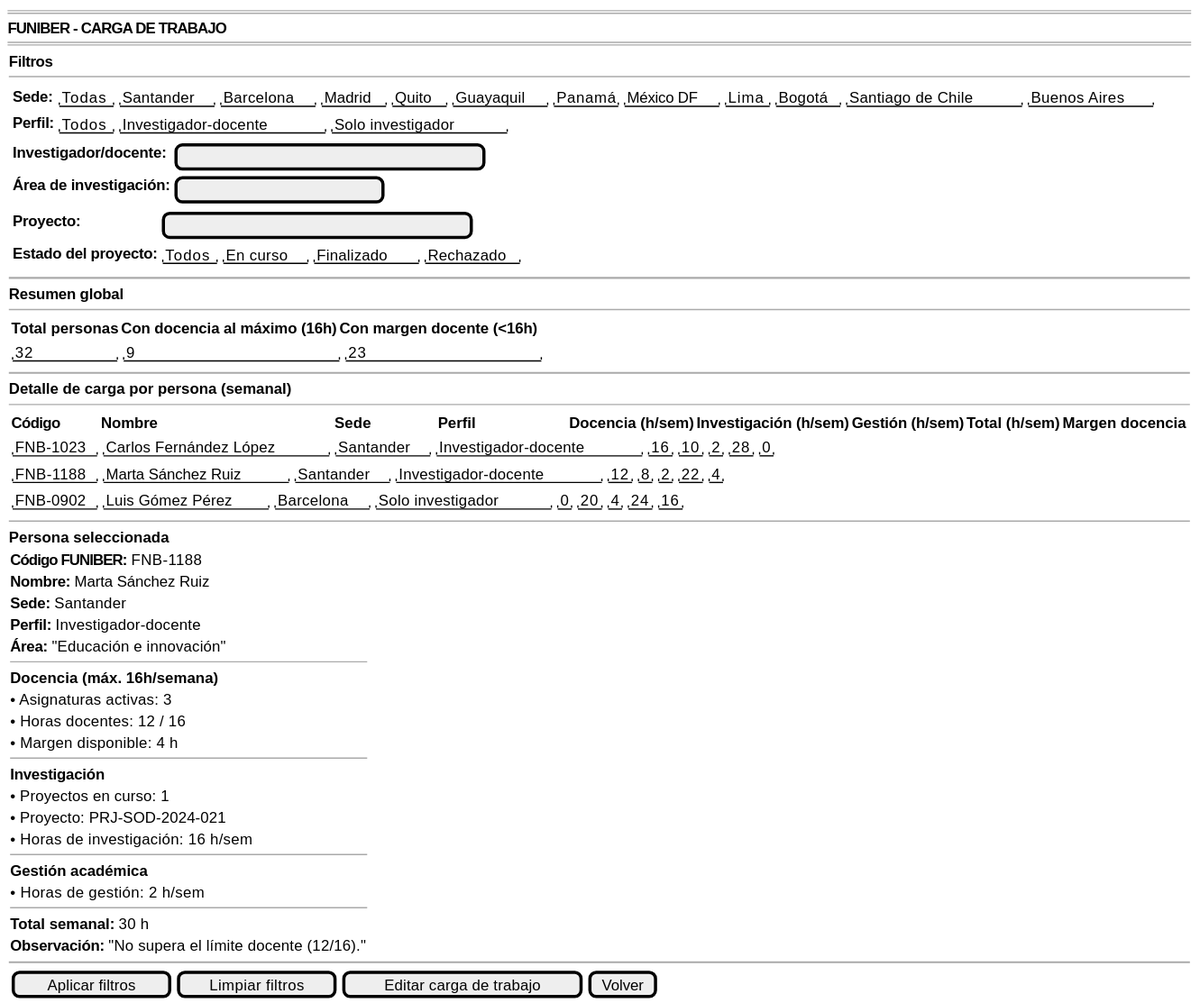
This is documents/casosDeUso/detalle/coordinador/06-carga-trabajo/abrirOpcionesCargaTrabajo/prototipo/abrirOpcionesCargaTrabajo-wireframe.svg from 31Diego/25-26-IdSw1-SdR, a PlantUML export, as it was before one commit. Source of this version:
```plantuml
@startsalt abrirOpcionesCargaTrabajo-wireframe
{
    ====
    <b>FUNIBER - CARGA DE TRABAJO</b>
    ====

    {
        <b>Filtros</b>
        --
        {
            {
            {<b>Sede:</b> | { "Todas" | "Santander" | "Barcelona" | "Madrid" | "Quito" | "Guayaquil" | "Panamá" | "México DF" | "Lima" | "Bogotá" | "Santiago de Chile" | "Buenos Aires"  }
            <b>Perfil:</b> | { "Todos" | "Investigador-docente" | "Solo investigador" }}

            {<b>Investigador/docente:</b> | [                              ]
            <b>Área de investigación:</b> | [                    ]}

            {<b>Proyecto:</b> | [                              ]
            <b>Estado del proyecto:</b> | { "Todos" | "En curso" | "Finalizado" | "Rechazado" }}
            }
        }

        ~~

        <b>Resumen global</b>
        --
        {
            {<b>Total personas</b> | <b>Con docencia al máximo (16h)</b> | <b>Con margen docente (<16h)</b>}
            {"32        " | "9                    " | "23                 "}
        }

        ~~

        <b>Detalle de carga por persona (semanal)</b>
        --
        {
            {<b>Código          </b> | <b>Nombre                                              </b> | <b>Sede                 </b> | <b>Perfil                        </b> | <b>Docencia (h/sem)</b> | <b>Investigación (h/sem)</b> | <b>Gestión (h/sem)</b> | <b>Total (h/sem)</b> | <b>Margen docencia</b>}
            {"FNB-1023" | "Carlos Fernández López" | "Santander" | "Investigador-docente" | "16" | "10" | "2" | "28" | "0"}
            {"FNB-1188" | "Marta Sánchez Ruiz"     | "Santander" | "Investigador-docente" | "12" | "8"  | "2" | "22" | "4"}
            {"FNB-0902" | "Luis Gómez Pérez"       | "Barcelona" | "Solo investigador"     | "0"  | "20" | "4" | "24" | "16"}
        }

        --

        <b>Persona seleccionada</b>
        {
            <b>Código FUNIBER:</b> FNB-1188
            <b>Nombre:</b> Marta Sánchez Ruiz
            <b>Sede:</b> Santander
            <b>Perfil:</b> Investigador-docente
            <b>Área:</b> "Educación e innovación"

            --
            <b>Docencia (máx. 16h/semana)</b>
            • Asignaturas activas: 3
            • Horas docentes: 12 / 16
            • Margen disponible: 4 h

            --
            <b>Investigación</b>
            • Proyectos en curso: 1
            • Proyecto: PRJ-SOD-2024-021
            • Horas de investigación: 16 h/sem

            --
            <b>Gestión académica</b>
            • Horas de gestión: 2 h/sem

            --
            <b>Total semanal:</b> 30 h
            <b>Observación:</b> "No supera el límite docente (12/16)."
        }

        ~~

        {[Aplicar filtros] | [Limpiar filtros] | [Editar carga de trabajo] | [Volver]}
    }
}
@endsalt
```
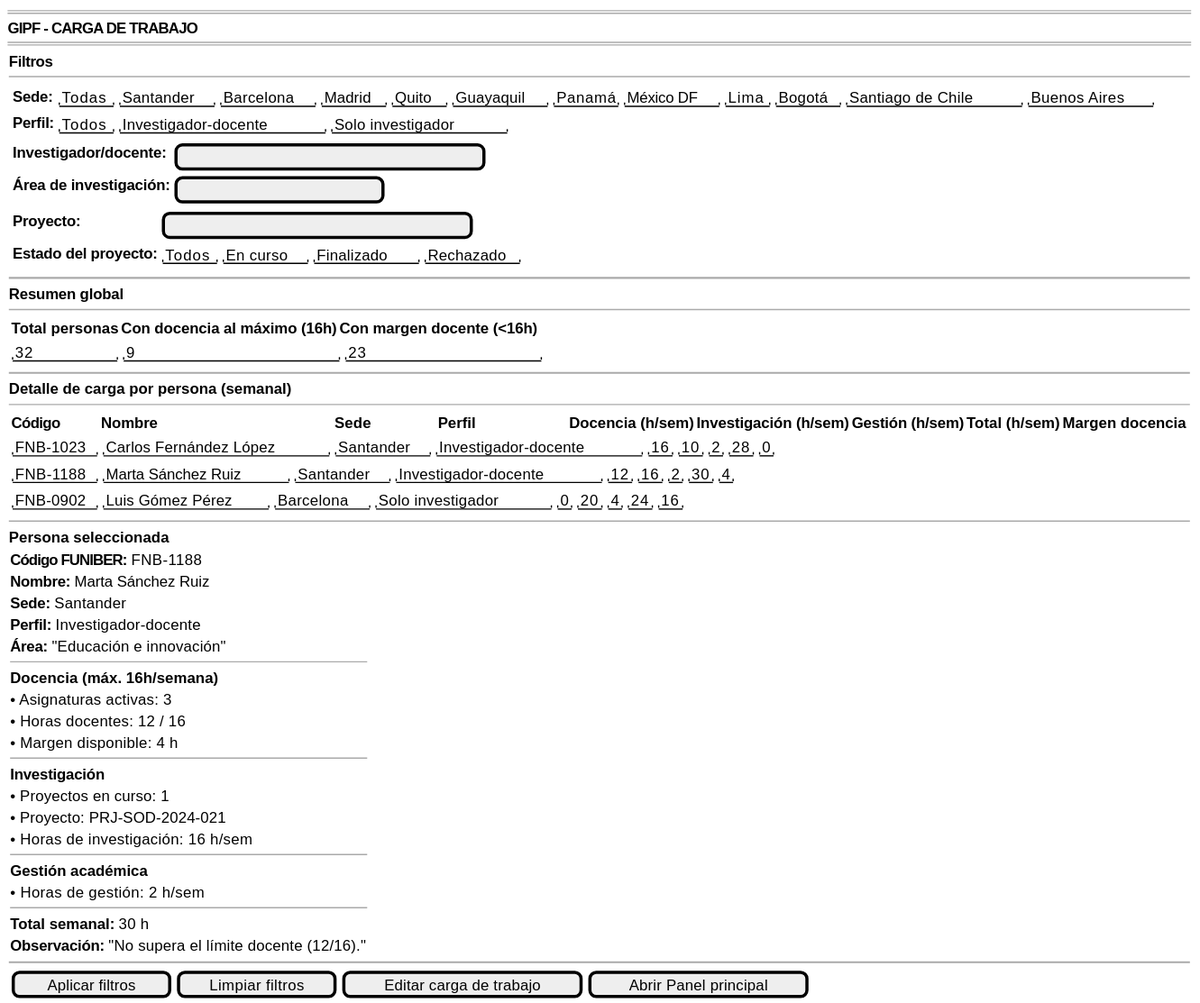
Above is the later version.

What changed in the source:
```diff
@@ -1,7 +1,7 @@
 @startsalt abrirOpcionesCargaTrabajo-wireframe
 {
     ====
-    <b>FUNIBER - CARGA DE TRABAJO</b>
+    <b>GIPF - CARGA DE TRABAJO</b>
     ====
 
     {
@@ -36,7 +36,7 @@
         {
             {<b>Código          </b> | <b>Nombre                                              </b> | <b>Sede                 </b> | <b>Perfil                        </b> | <b>Docencia (h/sem)</b> | <b>Investigación (h/sem)</b> | <b>Gestión (h/sem)</b> | <b>Total (h/sem)</b> | <b>Margen docencia</b>}
             {"FNB-1023" | "Carlos Fernández López" | "Santander" | "Investigador-docente" | "16" | "10" | "2" | "28" | "0"}
-            {"FNB-1188" | "Marta Sánchez Ruiz"     | "Santander" | "Investigador-docente" | "12" | "8"  | "2" | "22" | "4"}
+            {"FNB-1188" | "Marta Sánchez Ruiz"     | "Santander" | "Investigador-docente" | "12" | "16"  | "2" | "30" | "4"}
             {"FNB-0902" | "Luis Gómez Pérez"       | "Barcelona" | "Solo investigador"     | "0"  | "20" | "4" | "24" | "16"}
         }
 
@@ -73,7 +73,7 @@
 
         ~~
 
-        {[Aplicar filtros] | [Limpiar filtros] | [Editar carga de trabajo] | [Volver]}
+        {[Aplicar filtros] | [Limpiar filtros] | [Editar carga de trabajo] | [Abrir Panel principal]}
     }
 }
 @endsalt
```
